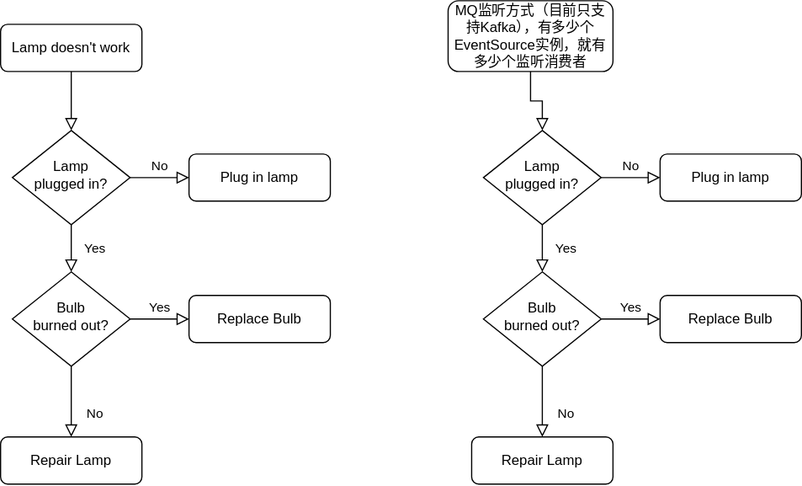
The draw.io diagram 未命名绘图.drawio.svg in 1171229771/draw, before a commit. Source tidied: cells renumbered, new cells last; positions are measured from the earlier drawing's top-left corner, leaving out a move shared by most shapes.
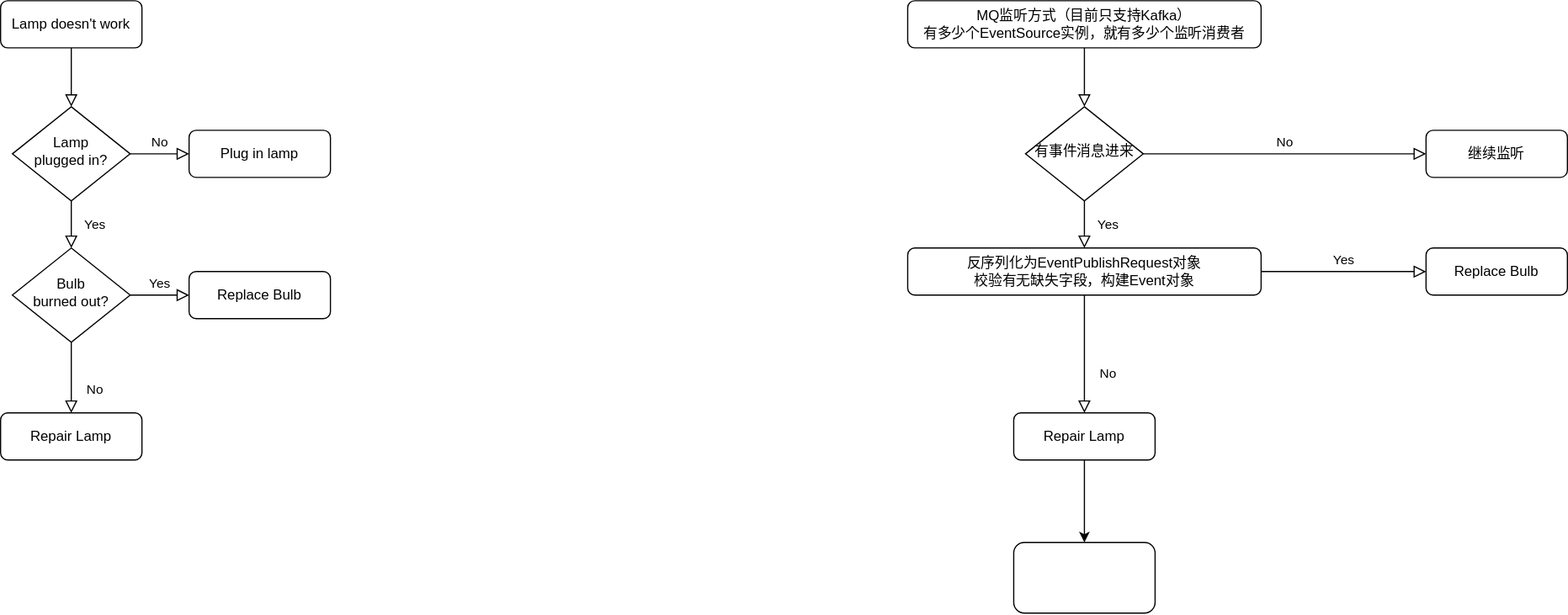
After the change.

Commit message:
更新未命名绘图.drawio.svg

What changed in the source:
```diff
@@ -38,35 +38,41 @@
     <mxCell id="13" style="rounded=0;html=1;jettySize=auto;fontSize=11;endArrow=block;endFill=0;endSize=8;strokeWidth=1;shadow=0;labelBackgroundColor=none;edgeStyle=orthogonalEdgeStyle;" parent="1" edge="1" source="14" target="17">
       <mxGeometry relative="1" as="geometry" />
     </mxCell>
-    <mxCell id="14" value="MQ监听方式（目前只支持Kafka），有多少个EventSource实例，就有多少个监听消费者" style="rounded=1;whiteSpace=wrap;html=1;fontSize=12;glass=0;strokeWidth=1;shadow=0;" parent="1" vertex="1">
-      <mxGeometry x="380" width="140" height="60" as="geometry" />
+    <mxCell id="14" value="MQ监听方式（目前只支持Kafka）&lt;br&gt;有多少个EventSource实例，就有多少个监听消费者" style="rounded=1;html=1;fontSize=12;glass=0;strokeWidth=1;shadow=0;whiteSpace=wrap;" parent="1" vertex="1">
+      <mxGeometry x="770" y="20" width="300" height="40" as="geometry" />
     </mxCell>
-    <mxCell id="15" value="Yes" style="rounded=0;html=1;jettySize=auto;fontSize=11;endArrow=block;endFill=0;endSize=8;strokeWidth=1;shadow=0;labelBackgroundColor=none;edgeStyle=orthogonalEdgeStyle;" parent="1" edge="1" source="17" target="21">
-      <mxGeometry y="20" relative="1" as="geometry" />
-    </mxCell>
     <mxCell id="16" value="No" style="edgeStyle=orthogonalEdgeStyle;rounded=0;html=1;jettySize=auto;fontSize=11;endArrow=block;endFill=0;endSize=8;strokeWidth=1;shadow=0;labelBackgroundColor=none;" parent="1" edge="1" source="17" target="18">
       <mxGeometry y="10" relative="1" as="geometry" />
     </mxCell>
-    <mxCell id="17" value="Lamp&lt;br&gt;plugged in?" style="rhombus;whiteSpace=wrap;html=1;shadow=0;fontFamily=Helvetica;fontSize=12;align=center;strokeWidth=1;spacing=6;spacingTop=-4;" parent="1" vertex="1">
-      <mxGeometry x="410" y="110" width="100" height="80" as="geometry" />
+    <mxCell id="17" value="有事件消息进来" style="rhombus;whiteSpace=wrap;html=1;shadow=0;fontFamily=Helvetica;fontSize=12;align=center;strokeWidth=1;spacing=6;spacingTop=-4;" parent="1" vertex="1">
+      <mxGeometry x="870" y="110" width="100" height="80" as="geometry" />
     </mxCell>
-    <mxCell id="18" value="Plug in lamp" style="rounded=1;whiteSpace=wrap;html=1;fontSize=12;glass=0;strokeWidth=1;shadow=0;" parent="1" vertex="1">
-      <mxGeometry x="560" y="130" width="120" height="40" as="geometry" />
+    <mxCell id="18" value="继续监听" style="rounded=1;whiteSpace=wrap;html=1;fontSize=12;glass=0;strokeWidth=1;shadow=0;" parent="1" vertex="1">
+      <mxGeometry x="1210" y="130" width="120" height="40" as="geometry" />
     </mxCell>
+    <mxCell id="24" style="edgeStyle=orthogonalEdgeStyle;rounded=0;jettySize=auto;html=1;fontFamily=Helvetica;fontSize=12;fontColor=default;" parent="1" edge="1" source="22" target="26">
+      <mxGeometry relative="1" as="geometry" />
+    </mxCell>
+    <mxCell id="22" value="Repair Lamp" style="rounded=1;whiteSpace=wrap;html=1;fontSize=12;glass=0;strokeWidth=1;shadow=0;" parent="1" vertex="1">
+      <mxGeometry x="860" y="370" width="120" height="40" as="geometry" />
+    </mxCell>
+    <mxCell id="23" value="Replace Bulb" style="rounded=1;whiteSpace=wrap;html=1;fontSize=12;glass=0;strokeWidth=1;shadow=0;" parent="1" vertex="1">
+      <mxGeometry x="1210" y="230" width="120" height="40" as="geometry" />
+    </mxCell>
+    <mxCell id="15" value="Yes" style="rounded=0;html=1;jettySize=auto;fontSize=11;endArrow=block;endFill=0;endSize=8;strokeWidth=1;shadow=0;labelBackgroundColor=none;edgeStyle=orthogonalEdgeStyle;entryX=0.5;entryY=0;entryDx=0;entryDy=0;" parent="1" edge="1" source="17" target="25">
+      <mxGeometry y="20" relative="1" as="geometry" />
+    </mxCell>
-    <mxCell id="19" value="No" style="rounded=0;html=1;jettySize=auto;fontSize=11;endArrow=block;endFill=0;endSize=8;strokeWidth=1;shadow=0;labelBackgroundColor=none;edgeStyle=orthogonalEdgeStyle;" parent="1" edge="1" source="21" target="22">
+    <mxCell id="19" value="No" style="rounded=0;html=1;jettySize=auto;fontSize=11;endArrow=block;endFill=0;endSize=8;strokeWidth=1;shadow=0;labelBackgroundColor=none;edgeStyle=orthogonalEdgeStyle;exitX=0.5;exitY=1;exitDx=0;exitDy=0;" parent="1" edge="1" source="25" target="22">
       <mxGeometry x="0.33" y="20" relative="1" as="geometry" />
     </mxCell>
-    <mxCell id="20" value="Yes" style="edgeStyle=orthogonalEdgeStyle;rounded=0;html=1;jettySize=auto;fontSize=11;endArrow=block;endFill=0;endSize=8;strokeWidth=1;shadow=0;labelBackgroundColor=none;" parent="1" edge="1" source="21" target="23">
+    <mxCell id="20" value="Yes" style="edgeStyle=orthogonalEdgeStyle;rounded=0;html=1;jettySize=auto;fontSize=11;endArrow=block;endFill=0;endSize=8;strokeWidth=1;shadow=0;labelBackgroundColor=none;exitX=1;exitY=0.5;exitDx=0;exitDy=0;" parent="1" edge="1" source="25" target="23">
       <mxGeometry y="10" relative="1" as="geometry" />
     </mxCell>
-    <mxCell id="21" value="Bulb&lt;br&gt;burned out?" style="rhombus;whiteSpace=wrap;html=1;shadow=0;fontFamily=Helvetica;fontSize=12;align=center;strokeWidth=1;spacing=6;spacingTop=-4;" parent="1" vertex="1">
-      <mxGeometry x="410" y="230" width="100" height="80" as="geometry" />
-    </mxCell>
-    <mxCell id="22" value="Repair Lamp" style="rounded=1;whiteSpace=wrap;html=1;fontSize=12;glass=0;strokeWidth=1;shadow=0;" parent="1" vertex="1">
-      <mxGeometry x="400" y="370" width="120" height="40" as="geometry" />
-    </mxCell>
-    <mxCell id="23" value="Replace Bulb" style="rounded=1;whiteSpace=wrap;html=1;fontSize=12;glass=0;strokeWidth=1;shadow=0;" parent="1" vertex="1">
-      <mxGeometry x="560" y="250" width="120" height="40" as="geometry" />
-    </mxCell>
+    <mxCell id="25" value="反序列化为EventPublishRequest对象&lt;br&gt;校验有无缺失字段，构建Event对象" style="rounded=1;html=1;fontSize=12;glass=0;strokeWidth=1;shadow=0;whiteSpace=wrap;" parent="1" vertex="1">
+      <mxGeometry x="770" y="230" width="300" height="40" as="geometry" />
+    </mxCell>
+    <mxCell id="26" style="whiteSpace=wrap;html=1;rounded=1;glass=0;strokeWidth=1;shadow=0;" parent="1" vertex="1">
+      <mxGeometry x="860" y="480" width="120" height="60" as="geometry" />
+    </mxCell>
   </root>
 </mxGraphModel>
```
